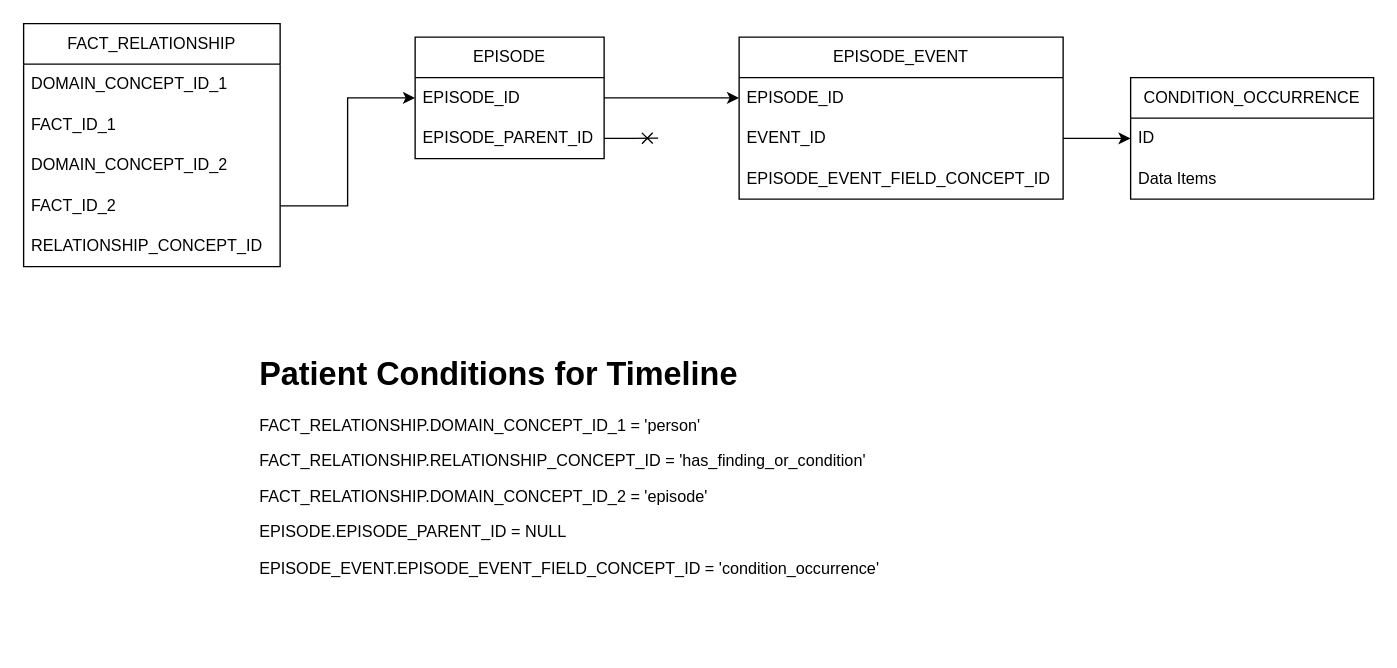
The draw.io diagram page "Condition Groups" (1 of 2) of R21 PSKB Usage of OMOP tables.drawio in ntimkovich/UAB-II-Diagrams, before the edit. Source tidied: cells renumbered, new cells numbered last; positions are measured from the earlier drawing's top-left corner, leaving out a move shared by most shapes. Both pictures are drawn from the tidied source at 135%, with x=0, y=0 at pixel (23, 23).
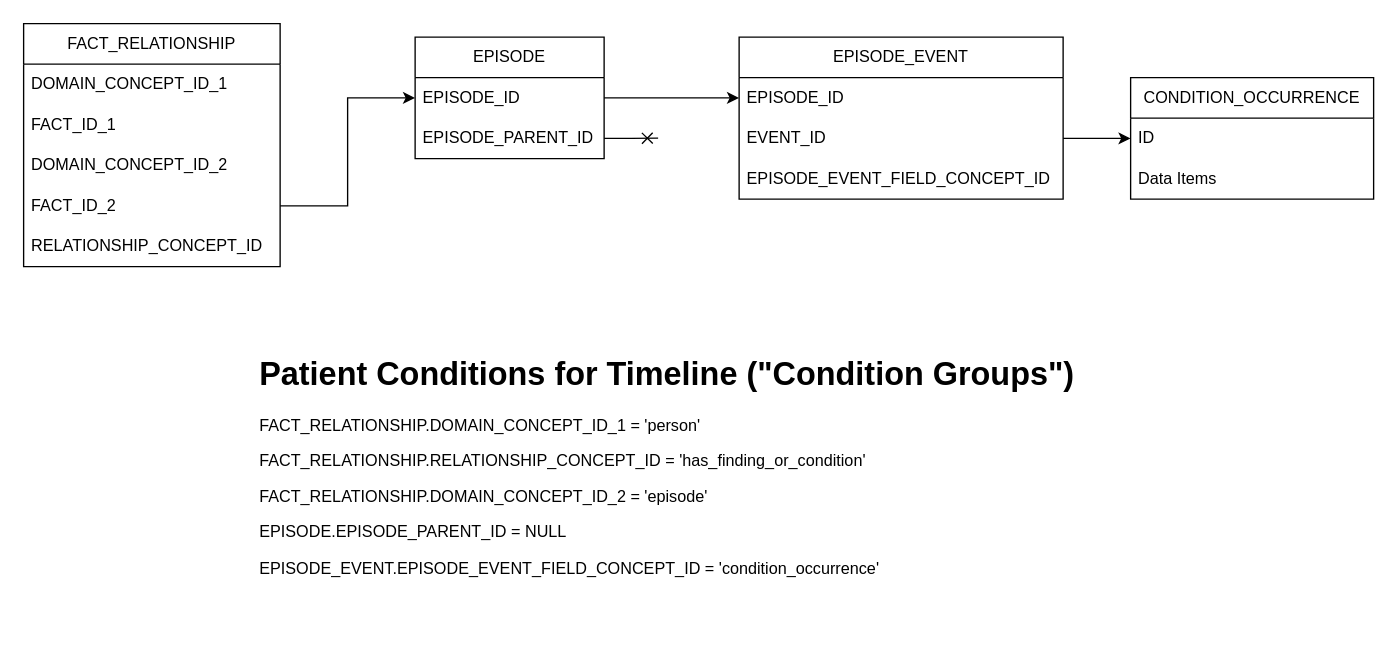
After the change.

Commit message (it also covers changes not shown here):
New diagram for Timeline Items.  Establishment of "Condition Groups" in diagrams.

What changed in the source:
```diff
@@
-    <mxCell id="22" value="&lt;h1&gt;Patient Conditions for Timeline&lt;/h1&gt;&lt;p&gt;FACT_RELATIONSHIP.DOMAIN_CONCEPT_ID_1 = 'person'&lt;br&gt;&lt;/p&gt;&lt;p&gt;FACT_RELATIONSHIP.RELATIONSHIP_CONCEPT_ID = 'has_finding_or_condition'&lt;/p&gt;&lt;p&gt;FACT_RELATIONSHIP.DOMAIN_CONCEPT_ID_2 = 'episode'&lt;/p&gt;&lt;p&gt;EPISODE.EPISODE_PARENT_ID = NULL&lt;/p&gt;&lt;p&gt;EPISODE_EVENT.EPISODE_EVENT_FIELD_CONCEPT_ID = 'condition_occurrence'&lt;/p&gt;" style="text;html=1;strokeColor=none;fillColor=none;spacing=5;spacingTop=-20;whiteSpace=wrap;overflow=hidden;rounded=0;" parent="1" vertex="1">
+    <mxCell id="22" value="&lt;h1&gt;Patient Conditions for Timeline (&quot;Condition Groups&quot;)&lt;/h1&gt;&lt;p&gt;FACT_RELATIONSHIP.DOMAIN_CONCEPT_ID_1 = 'person'&lt;br&gt;&lt;/p&gt;&lt;p&gt;FACT_RELATIONSHIP.RELATIONSHIP_CONCEPT_ID = 'has_finding_or_condition'&lt;/p&gt;&lt;p&gt;FACT_RELATIONSHIP.DOMAIN_CONCEPT_ID_2 = 'episode'&lt;/p&gt;&lt;p&gt;EPISODE.EPISODE_PARENT_ID = NULL&lt;/p&gt;&lt;p&gt;EPISODE_EVENT.EPISODE_EVENT_FIELD_CONCEPT_ID = 'condition_occurrence'&lt;/p&gt;" style="text;html=1;strokeColor=none;fillColor=none;spacing=5;spacingTop=-20;whiteSpace=wrap;overflow=hidden;rounded=0;" parent="1" vertex="1">
       <mxGeometry x="170" y="240" width="660" height="220" as="geometry" />
     </mxCell>
```
